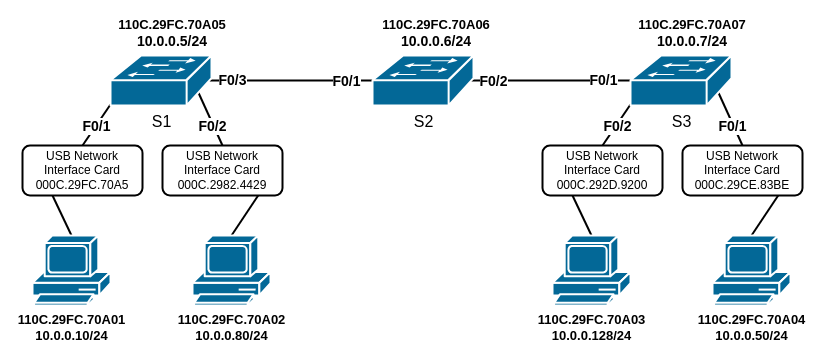
kuchapo/UNYKAD keeps this draw.io diagram as docs/Networking/Switching/assets/switch_beispiel.drawio. Above is the earlier version. Source tidied: cells renumbered, new cells numbered last; positions are measured from the earlier drawing's top-left corner, leaving out a move shared by most shapes. Both pictures are drawn from the tidied source at 100%, with x=0, y=0 at pixel (22, 18).
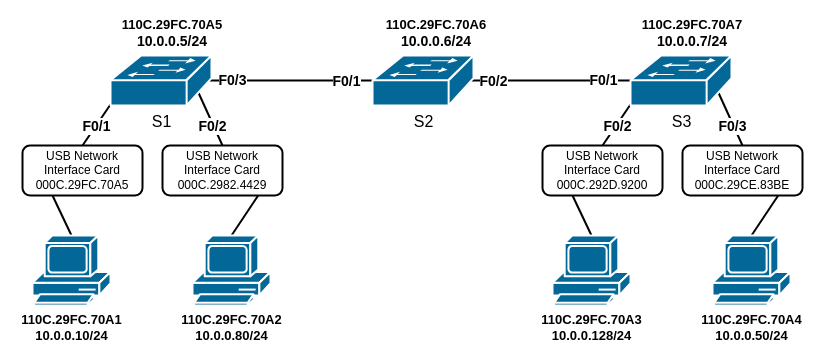
The same diagram, later.

The change refers to these unchanged cells:
```xml
<mxCell id="8" style="endArrow=none;html=1;rounded=0;exitX=0.5;exitY=0;exitDx=0;exitDy=0;exitPerimeter=0;entryX=0.87;entryY=0.74;entryDx=0;entryDy=0;entryPerimeter=0;strokeWidth=2;" parent="1" edge="1" source="17" target="27">
  <mxGeometry relative="1" as="geometry" />
</mxCell>
```

Diff of the diagram source:
```diff
@@
-    <mxCell id="9" value="&lt;b&gt;&lt;font style=&quot;font-size: 14px;&quot;&gt;F0/1&lt;/font&gt;&lt;/b&gt;" style="edgeLabel;html=1;align=center;verticalAlign=middle;" parent="8" vertex="1">
+    <mxCell id="9" value="&lt;b&gt;&lt;font style=&quot;font-size: 14px;&quot;&gt;F0/3&lt;/font&gt;&lt;/b&gt;" style="edgeLabel;html=1;align=center;verticalAlign=middle;" parent="8" vertex="1">
       <mxGeometry x="0.08" y="1" relative="1" as="geometry">
         <mxPoint x="3" y="8" as="offset" />
       </mxGeometry>
     </mxCell>
@@
-    <mxCell id="18" value="&lt;font style=&quot;font-size: 13px;&quot;&gt;&lt;b&gt;110C.29FC.70A01&lt;/b&gt;&lt;/font&gt;&lt;div&gt;&lt;font style=&quot;font-size: 13px;&quot;&gt;&lt;b&gt;10.0.0.10/24&lt;/b&gt;&lt;/font&gt;&lt;/div&gt;" style="shape=mxgraph.cisco.computers_and_peripherals.pc;sketch=0;html=1;dashed=0;fillColor=#036897;strokeColor=#ffffff;strokeWidth=2;verticalLabelPosition=bottom;verticalAlign=top;align=center;outlineConnect=0;" parent="1" vertex="1">
+    <mxCell id="18" value="&lt;font style=&quot;font-size: 13px;&quot;&gt;&lt;b&gt;110C.29FC.70A1&lt;/b&gt;&lt;/font&gt;&lt;div&gt;&lt;font style=&quot;font-size: 13px;&quot;&gt;&lt;b&gt;10.0.0.10/24&lt;/b&gt;&lt;/font&gt;&lt;/div&gt;" style="shape=mxgraph.cisco.computers_and_peripherals.pc;sketch=0;html=1;dashed=0;fillColor=#036897;strokeColor=#ffffff;strokeWidth=2;verticalLabelPosition=bottom;verticalAlign=top;align=center;outlineConnect=0;" parent="1" vertex="1">
       <mxGeometry x="10" y="217" width="78" height="70" as="geometry" />
     </mxCell>
-    <mxCell id="19" value="&lt;b&gt;&lt;font style=&quot;font-size: 13px;&quot;&gt;110C.29FC.70A02&lt;/font&gt;&lt;/b&gt;&lt;div&gt;&lt;b&gt;&lt;font style=&quot;font-size: 13px;&quot;&gt;10.0.0.80/24&lt;/font&gt;&lt;/b&gt;&lt;/div&gt;" style="shape=mxgraph.cisco.computers_and_peripherals.pc;sketch=0;html=1;dashed=0;fillColor=#036897;strokeColor=#ffffff;strokeWidth=2;verticalLabelPosition=bottom;verticalAlign=top;align=center;outlineConnect=0;" parent="1" vertex="1">
+    <mxCell id="19" value="&lt;b&gt;&lt;font style=&quot;font-size: 13px;&quot;&gt;110C.29FC.70A2&lt;/font&gt;&lt;/b&gt;&lt;div&gt;&lt;b&gt;&lt;font style=&quot;font-size: 13px;&quot;&gt;10.0.0.80/24&lt;/font&gt;&lt;/b&gt;&lt;/div&gt;" style="shape=mxgraph.cisco.computers_and_peripherals.pc;sketch=0;html=1;dashed=0;fillColor=#036897;strokeColor=#ffffff;strokeWidth=2;verticalLabelPosition=bottom;verticalAlign=top;align=center;outlineConnect=0;" parent="1" vertex="1">
       <mxGeometry x="170" y="217" width="78" height="70" as="geometry" />
     </mxCell>
-    <mxCell id="20" value="&lt;font style=&quot;font-size: 13px;&quot;&gt;&lt;b&gt;110C.29FC.70A03&lt;/b&gt;&lt;/font&gt;&lt;div&gt;&lt;font style=&quot;font-size: 13px;&quot;&gt;&lt;b&gt;10.0.0.128/24&lt;/b&gt;&lt;/font&gt;&lt;/div&gt;" style="shape=mxgraph.cisco.computers_and_peripherals.pc;sketch=0;html=1;dashed=0;fillColor=#036897;strokeColor=#ffffff;strokeWidth=2;verticalLabelPosition=bottom;verticalAlign=top;align=center;outlineConnect=0;" parent="1" vertex="1">
+    <mxCell id="20" value="&lt;font style=&quot;font-size: 13px;&quot;&gt;&lt;b&gt;110C.29FC.70A3&lt;/b&gt;&lt;/font&gt;&lt;div&gt;&lt;font style=&quot;font-size: 13px;&quot;&gt;&lt;b&gt;10.0.0.128/24&lt;/b&gt;&lt;/font&gt;&lt;/div&gt;" style="shape=mxgraph.cisco.computers_and_peripherals.pc;sketch=0;html=1;dashed=0;fillColor=#036897;strokeColor=#ffffff;strokeWidth=2;verticalLabelPosition=bottom;verticalAlign=top;align=center;outlineConnect=0;" parent="1" vertex="1">
       <mxGeometry x="530" y="217" width="78" height="70" as="geometry" />
     </mxCell>
-    <mxCell id="21" value="&lt;font style=&quot;font-size: 13px;&quot;&gt;&lt;b&gt;110C.29FC.70A04&lt;/b&gt;&lt;/font&gt;&lt;div&gt;&lt;font style=&quot;font-size: 13px;&quot;&gt;&lt;b&gt;10.0.0.50/24&lt;/b&gt;&lt;/font&gt;&lt;/div&gt;" style="shape=mxgraph.cisco.computers_and_peripherals.pc;sketch=0;html=1;dashed=0;fillColor=#036897;strokeColor=#ffffff;strokeWidth=2;verticalLabelPosition=bottom;verticalAlign=top;align=center;outlineConnect=0;" parent="1" vertex="1">
+    <mxCell id="21" value="&lt;font style=&quot;font-size: 13px;&quot;&gt;&lt;b&gt;110C.29FC.70A4&lt;/b&gt;&lt;/font&gt;&lt;div&gt;&lt;font style=&quot;font-size: 13px;&quot;&gt;&lt;b&gt;10.0.0.50/24&lt;/b&gt;&lt;/font&gt;&lt;/div&gt;" style="shape=mxgraph.cisco.computers_and_peripherals.pc;sketch=0;html=1;dashed=0;fillColor=#036897;strokeColor=#ffffff;strokeWidth=2;verticalLabelPosition=bottom;verticalAlign=top;align=center;outlineConnect=0;" parent="1" vertex="1">
       <mxGeometry x="690" y="217" width="78" height="70" as="geometry" />
     </mxCell>
@@
-    <mxCell id="30" value="&lt;b style=&quot;font-size: 13px; text-wrap-mode: nowrap;&quot;&gt;110C.29FC.70A05&lt;/b&gt;&lt;div&gt;&lt;b&gt;&lt;font style=&quot;font-size: 14px;&quot;&gt;10.0.0.5/24&lt;/font&gt;&lt;/b&gt;&lt;/div&gt;" style="text;html=1;align=center;verticalAlign=middle;whiteSpace=wrap;rounded=0;" parent="1" vertex="1">
+    <mxCell id="30" value="&lt;b style=&quot;font-size: 13px; text-wrap-mode: nowrap;&quot;&gt;110C.29FC.70A5&lt;/b&gt;&lt;div&gt;&lt;b&gt;&lt;font style=&quot;font-size: 14px;&quot;&gt;10.0.0.5/24&lt;/font&gt;&lt;/b&gt;&lt;/div&gt;" style="text;html=1;align=center;verticalAlign=middle;whiteSpace=wrap;rounded=0;" parent="1" vertex="1">
       <mxGeometry x="120" width="60" height="30" as="geometry" />
     </mxCell>
-    <mxCell id="31" value="&lt;b style=&quot;font-size: 13px; text-wrap-mode: nowrap;&quot;&gt;110C.29FC.70A06&lt;/b&gt;&lt;div&gt;&lt;b&gt;&lt;font style=&quot;font-size: 14px;&quot;&gt;10.0.0.6/24&lt;/font&gt;&lt;/b&gt;&lt;/div&gt;" style="text;html=1;align=center;verticalAlign=middle;whiteSpace=wrap;rounded=0;" parent="1" vertex="1">
+    <mxCell id="31" value="&lt;b style=&quot;font-size: 13px; text-wrap-mode: nowrap;&quot;&gt;110C.29FC.70A&lt;/b&gt;&lt;b style=&quot;background-color: transparent; color: light-dark(rgb(0, 0, 0), rgb(255, 255, 255)); text-wrap-mode: nowrap; font-size: 13px;&quot;&gt;6&lt;/b&gt;&lt;div&gt;&lt;div&gt;&lt;b&gt;&lt;font style=&quot;font-size: 14px;&quot;&gt;10.0.0.6/24&lt;/font&gt;&lt;/b&gt;&lt;/div&gt;&lt;/div&gt;" style="text;html=1;align=center;verticalAlign=middle;whiteSpace=wrap;rounded=0;" parent="1" vertex="1">
       <mxGeometry x="383.5" width="60" height="30" as="geometry" />
     </mxCell>
-    <mxCell id="32" value="&lt;b style=&quot;font-size: 13px; text-wrap-mode: nowrap;&quot;&gt;110C.29FC.70A07&lt;/b&gt;&lt;div&gt;&lt;b&gt;&lt;font style=&quot;font-size: 14px;&quot;&gt;10.0.0.7/24&lt;/font&gt;&lt;/b&gt;&lt;/div&gt;" style="text;html=1;align=center;verticalAlign=middle;whiteSpace=wrap;rounded=0;" parent="1" vertex="1">
+    <mxCell id="32" value="&lt;b style=&quot;font-size: 13px; text-wrap-mode: nowrap;&quot;&gt;110C.29FC.70A7&lt;/b&gt;&lt;div&gt;&lt;b&gt;&lt;font style=&quot;font-size: 14px;&quot;&gt;10.0.0.7/24&lt;/font&gt;&lt;/b&gt;&lt;/div&gt;" style="text;html=1;align=center;verticalAlign=middle;whiteSpace=wrap;rounded=0;" parent="1" vertex="1">
       <mxGeometry x="640" width="60" height="30" as="geometry" />
     </mxCell>
```
